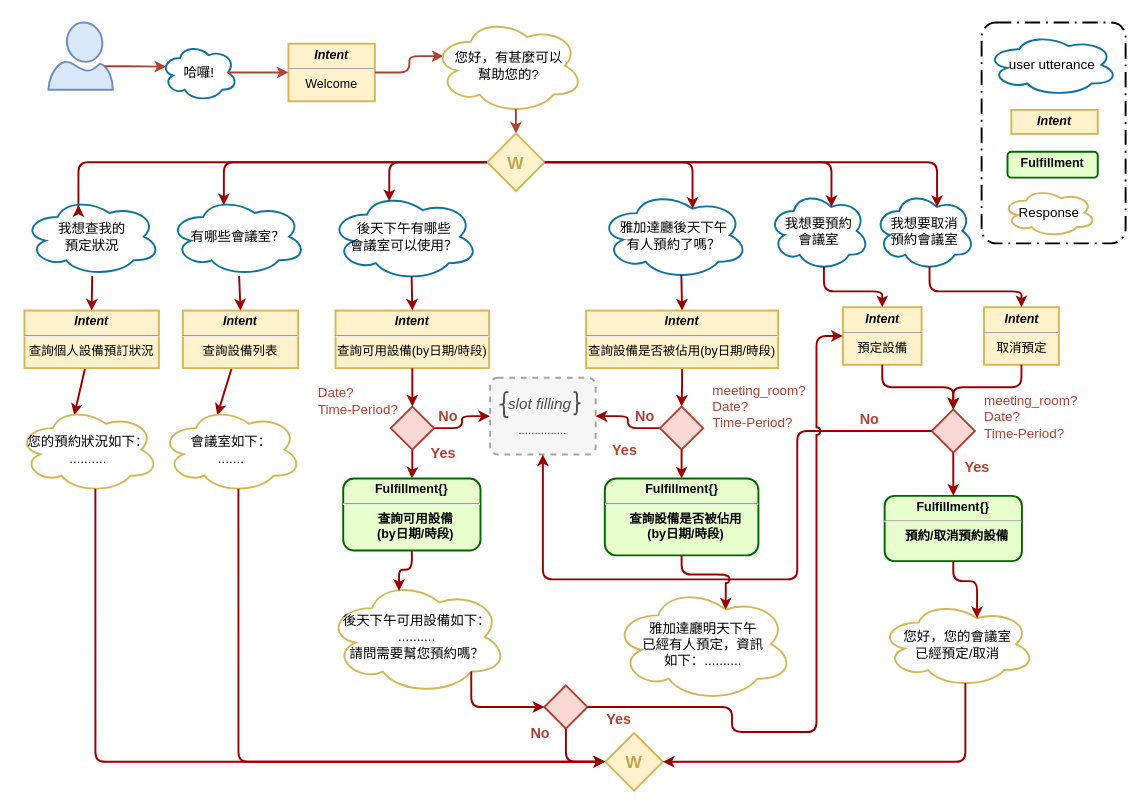
This is page "whl_family_dialogflow" (5 of 5) of resources/assets/qa_bot dialog flow.drawio from shihxuancheng/qa_bot, a draw.io file, before an edit. Source tidied: cells renumbered, new cells numbered last; positions are measured from the earlier drawing's top-left corner, leaving out a move shared by most shapes. Both pictures are drawn from the tidied source at 96%, with x=0, y=0 at pixel (17, 17).
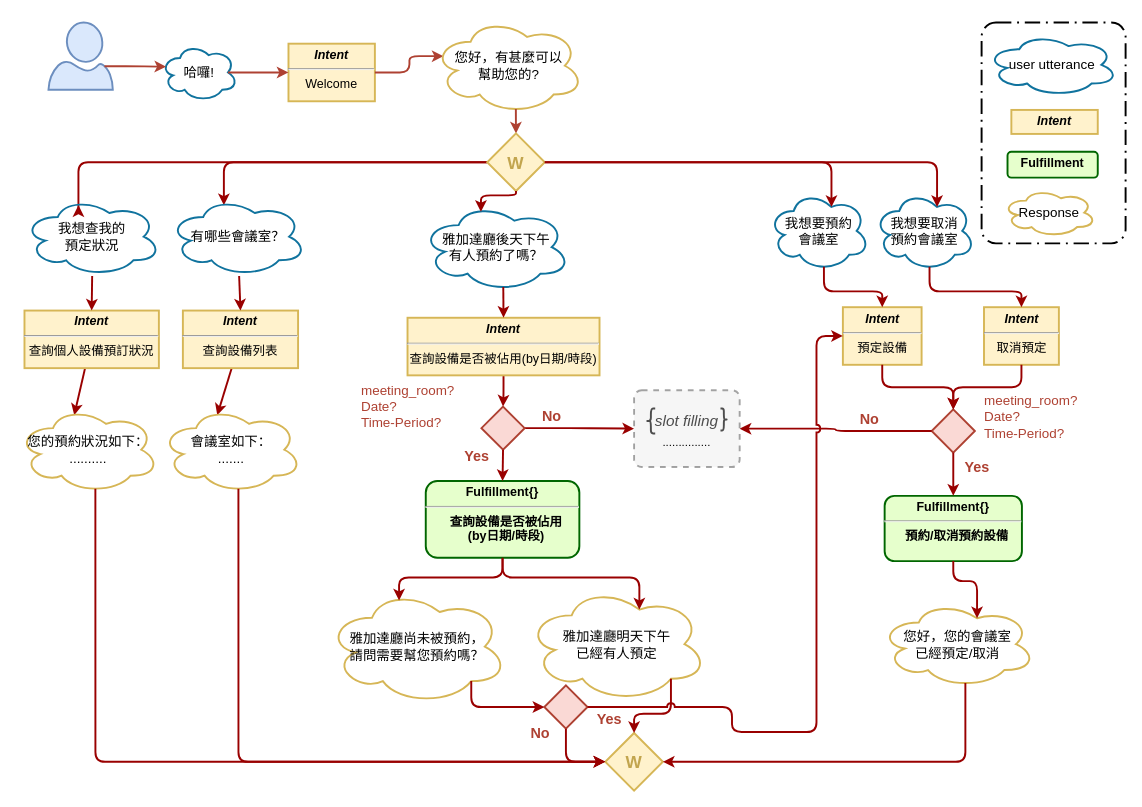
The same diagram, later.

Unchanged cells that the change refers to:
```xml
<mxCell id="10" value="&lt;p style=&quot;margin: 4px 0px 0px; font-size: 13px;&quot;&gt;&lt;b style=&quot;font-size: 13px;&quot;&gt;&lt;i style=&quot;font-size: 13px;&quot;&gt;Intent&lt;/i&gt;&lt;/b&gt;&lt;/p&gt;&lt;hr style=&quot;font-size: 13px;&quot;&gt;&lt;div style=&quot;height: 2px; font-size: 13px;&quot;&gt;預定設備&lt;/div&gt;" style="verticalAlign=top;align=center;overflow=fill;fontSize=13;fontFamily=Helvetica;html=1;fillColor=#fff2cc;strokeColor=#d6b656;strokeWidth=2;gradientColor=none;" parent="1" vertex="1">
  <mxGeometry x="859.5" y="301.5" width="82" height="60" as="geometry" />
</mxCell>
<mxCell id="27" value="&lt;p style=&quot;line-height: 100%; font-size: 18px;&quot;&gt;W&lt;/p&gt;" style="strokeWidth=2;html=1;shape=mxgraph.flowchart.decision;whiteSpace=wrap;shadow=0;fillColor=#fff2cc;fontSize=18;labelBorderColor=none;strokeColor=#d6b656;spacing=0;fontStyle=1;fontColor=#C2A54E;" parent="1" vertex="1">
  <mxGeometry x="489" y="120.5" width="60" height="60" as="geometry" />
</mxCell>
<mxCell id="65" value="&lt;p style=&quot;line-height: 100%; font-size: 18px;&quot;&gt;W&lt;/p&gt;" style="strokeWidth=2;html=1;shape=mxgraph.flowchart.decision;whiteSpace=wrap;shadow=0;fillColor=#fff2cc;fontSize=18;labelBorderColor=none;strokeColor=#d6b656;spacing=0;fontStyle=1;fontColor=#C2A54E;" parent="1" vertex="1">
  <mxGeometry x="612" y="745" width="60" height="60" as="geometry" />
</mxCell>
<mxCell id="71" value="&lt;p style=&quot;line-height: 100%&quot;&gt;&lt;br&gt;&lt;/p&gt;" style="strokeWidth=2;html=1;shape=mxgraph.flowchart.decision;whiteSpace=wrap;shadow=0;fillColor=#fad9d5;fontSize=13;labelBorderColor=none;strokeColor=#ae4132;spacing=0;" parent="1" vertex="1">
  <mxGeometry x="952" y="408" width="45" height="45" as="geometry" />
</mxCell>
<mxCell id="80" value="&lt;p style=&quot;line-height: 100%&quot;&gt;&lt;br&gt;&lt;/p&gt;" style="strokeWidth=2;html=1;shape=mxgraph.flowchart.decision;whiteSpace=wrap;shadow=0;fillColor=#fad9d5;fontSize=13;labelBorderColor=none;strokeColor=#ae4132;spacing=0;" parent="1" vertex="1">
  <mxGeometry x="548.5" y="695.5" width="45" height="45" as="geometry" />
</mxCell>
```

What changed in the source:
```diff
@@
-    <mxCell id="2" value="&#10;&#10;..............." style="rounded=1;arcSize=10;dashed=1;strokeColor=#000000;fillColor=#E6E6E6;gradientColor=none;strokeWidth=2;glass=0;opacity=35;" parent="1" vertex="1">
-      <mxGeometry x="492" y="375" width="110" height="80" as="geometry" />
-    </mxCell>
@@
-    <mxCell id="7" value="&lt;p style=&quot;margin: 4px 0px 0px; font-size: 13px;&quot;&gt;&lt;b style=&quot;font-size: 13px;&quot;&gt;&lt;i style=&quot;font-size: 13px;&quot;&gt;Intent&lt;/i&gt;&lt;/b&gt;&lt;/p&gt;&lt;hr style=&quot;font-size: 13px;&quot;&gt;&lt;div style=&quot;height: 2px; font-size: 13px;&quot;&gt;查詢可用設備(by日期/時段)&lt;/div&gt;" style="verticalAlign=top;align=center;overflow=fill;fontSize=13;fontFamily=Helvetica;html=1;fillColor=#fff2cc;strokeColor=#d6b656;strokeWidth=2;gradientColor=none;" parent="1" vertex="1">
-      <mxGeometry x="331" y="305" width="160" height="60" as="geometry" />
-    </mxCell>
-    <mxCell id="8" style="edgeStyle=orthogonalEdgeStyle;rounded=1;jettySize=auto;html=1;fontSize=13;fontColor=#000000;strokeColor=#990000;strokeWidth=2;" parent="1" edge="1" source="9" target="47">
+    <mxCell id="8" style="edgeStyle=orthogonalEdgeStyle;rounded=1;jettySize=auto;html=1;fontSize=13;fontColor=#000000;strokeColor=#990000;strokeWidth=2;exitX=0.5;exitY=1;exitDx=0;exitDy=0;" parent="1" edge="1" source="9" target="47">
       <mxGeometry relative="1" as="geometry" />
     </mxCell>
     <mxCell id="9" value="&lt;p style=&quot;margin: 4px 0px 0px; font-size: 13px;&quot;&gt;&lt;b style=&quot;font-size: 13px;&quot;&gt;&lt;i style=&quot;font-size: 13px;&quot;&gt;Intent&lt;/i&gt;&lt;/b&gt;&lt;/p&gt;&lt;hr style=&quot;font-size: 13px;&quot;&gt;&lt;div style=&quot;height: 2px; font-size: 13px;&quot;&gt;查詢設備是否被佔用(by日期/時段)&lt;/div&gt;" style="verticalAlign=top;align=center;overflow=fill;fontSize=13;fontFamily=Helvetica;html=1;fillColor=#fff2cc;strokeColor=#d6b656;strokeWidth=2;gradientColor=none;" parent="1" vertex="1">
-      <mxGeometry x="592" y="305" width="200" height="60" as="geometry" />
+      <mxGeometry x="406" y="312.5" width="200" height="60" as="geometry" />
     </mxCell>
@@
-    <mxCell id="32" value="後天下午有哪些&lt;br&gt;會議室可以使用？" style="ellipse;shape=cloud;whiteSpace=wrap;html=1;rounded=0;shadow=0;glass=0;comic=0;strokeColor=#10739e;strokeWidth=2;fillColor=none;fontSize=14;" parent="1" vertex="1">
-      <mxGeometry x="325" y="182" width="155" height="92" as="geometry" />
-    </mxCell>
     <mxCell id="33" value="雅加達廳後天下午&lt;br&gt;有人預約了嗎？" style="ellipse;shape=cloud;whiteSpace=wrap;html=1;rounded=0;shadow=0;glass=0;comic=0;strokeColor=#10739e;strokeWidth=2;fillColor=none;fontSize=14;" parent="1" vertex="1">
-      <mxGeometry x="606" y="180.5" width="155" height="92" as="geometry" />
+      <mxGeometry x="420.5" y="193" width="155" height="92" as="geometry" />
     </mxCell>
@@
-    <mxCell id="36" style="edgeStyle=orthogonalEdgeStyle;rounded=1;jettySize=auto;html=1;fontSize=13;strokeColor=#990000;strokeWidth=2;entryX=0.5;entryY=0;entryDx=0;entryDy=0;exitX=0.55;exitY=0.95;exitDx=0;exitDy=0;exitPerimeter=0;" parent="1" edge="1" source="32" target="7">
-      <mxGeometry relative="1" as="geometry" />
-    </mxCell>
-    <mxCell id="37" style="edgeStyle=orthogonalEdgeStyle;rounded=1;jettySize=auto;html=1;fontSize=13;strokeColor=#990000;strokeWidth=2;entryX=0;entryY=0.5;entryDx=0;entryDy=0;" parent="1" edge="1" source="39" target="2">
-      <mxGeometry relative="1" as="geometry" />
-    </mxCell>
-    <mxCell id="38" style="edgeStyle=orthogonalEdgeStyle;rounded=1;jettySize=auto;html=1;fontSize=13;strokeColor=#990000;strokeWidth=2;entryX=0.5;entryY=0;entryDx=0;entryDy=0;" parent="1" edge="1" source="39" target="45">
-      <mxGeometry relative="1" as="geometry" />
-    </mxCell>
-    <mxCell id="39" value="&lt;p style=&quot;line-height: 100%&quot;&gt;&lt;br&gt;&lt;/p&gt;" style="strokeWidth=2;html=1;shape=mxgraph.flowchart.decision;whiteSpace=wrap;shadow=0;fillColor=#fad9d5;fontSize=13;labelBorderColor=none;strokeColor=#ae4132;spacing=0;" parent="1" vertex="1">
-      <mxGeometry x="388.5" y="405" width="45" height="45" as="geometry" />
-    </mxCell>
-    <mxCell id="40" style="edgeStyle=orthogonalEdgeStyle;rounded=1;jettySize=auto;html=1;fontSize=13;strokeColor=#990000;strokeWidth=2;exitX=0.5;exitY=1;exitDx=0;exitDy=0;entryX=0.5;entryY=0;entryDx=0;entryDy=0;entryPerimeter=0;" parent="1" edge="1" source="7" target="39">
-      <mxGeometry relative="1" as="geometry" />
-    </mxCell>
-    <mxCell id="41" value="&lt;span&gt;&lt;font style=&quot;font-size: 14px&quot;&gt;&amp;nbsp;&lt;br&gt;Date?&lt;br&gt;Time-Period?&lt;br&gt;&lt;/font&gt;&lt;/span&gt;" style="text;html=1;align=left;verticalAlign=middle;fillColor=none;strokeColor=none;rounded=0;shadow=0;fontSize=13;fontStyle=0;fontColor=#AE4132;" parent="1" vertex="1">
-      <mxGeometry x="311" y="360.5" width="100" height="60" as="geometry" />
-    </mxCell>
-    <mxCell id="42" style="edgeStyle=orthogonalEdgeStyle;rounded=1;jettySize=auto;html=1;fontSize=13;strokeColor=#990000;strokeWidth=2;entryX=0.4;entryY=0.1;entryDx=0;entryDy=0;entryPerimeter=0;exitX=0;exitY=0.5;exitDx=0;exitDy=0;exitPerimeter=0;" parent="1" edge="1" source="27" target="32">
-      <mxGeometry relative="1" as="geometry" />
-    </mxCell>
-    <mxCell id="43" value="後天下午可用設備如下：&lt;br&gt;..........&lt;br&gt;請問需要幫您預約嗎？&lt;br&gt;" style="ellipse;shape=cloud;whiteSpace=wrap;html=1;rounded=0;shadow=0;glass=0;comic=0;strokeColor=#D6B656;strokeWidth=2;fillColor=none;fontSize=14;" parent="1" vertex="1">
-      <mxGeometry x="322" y="585" width="188" height="120" as="geometry" />
+    <mxCell id="43" value="雅加達廳尚未被預約，&lt;br&gt;請問需要幫您預約嗎？" style="ellipse;shape=cloud;whiteSpace=wrap;html=1;rounded=0;shadow=0;glass=0;comic=0;strokeColor=#D6B656;strokeWidth=2;fillColor=none;fontSize=14;" parent="1" vertex="1">
+      <mxGeometry x="322" y="595" width="188" height="120" as="geometry" />
     </mxCell>
-    <mxCell id="44" style="edgeStyle=orthogonalEdgeStyle;rounded=1;jettySize=auto;html=1;fontSize=13;strokeColor=#990000;strokeWidth=2;entryX=0.4;entryY=0.1;entryDx=0;entryDy=0;entryPerimeter=0;" parent="1" edge="1" source="45" target="43">
-      <mxGeometry relative="1" as="geometry" />
+    <mxCell id="44" style="edgeStyle=orthogonalEdgeStyle;rounded=1;jettySize=auto;html=1;fontSize=13;strokeColor=#990000;strokeWidth=2;entryX=0.4;entryY=0.1;entryDx=0;entryDy=0;entryPerimeter=0;exitX=0.5;exitY=1;exitDx=0;exitDy=0;" parent="1" edge="1" source="54" target="43">
+      <mxGeometry relative="1" as="geometry">
+        <Array as="points">
+          <mxPoint x="505" y="583" />
+          <mxPoint x="397" y="583" />
+        </Array>
+      </mxGeometry>
     </mxCell>
-    <mxCell id="45" value="&lt;p style=&quot;margin: 4px 0px 0px ; font-size: 13px&quot;&gt;&lt;strong style=&quot;font-size: 13px&quot;&gt;Fulfillment{}&lt;/strong&gt;&lt;/p&gt;&lt;hr style=&quot;font-size: 13px&quot;&gt;&lt;p style=&quot;margin: 0px 0px 0px 8px ; font-size: 13px&quot;&gt;查詢可用設備&lt;/p&gt;&lt;p style=&quot;margin: 0px 0px 0px 8px ; font-size: 13px&quot;&gt;(by日期/時段)&lt;br&gt;&lt;/p&gt;" style="verticalAlign=middle;align=center;overflow=fill;fontSize=13;fontFamily=Helvetica;html=1;rounded=1;fontStyle=1;strokeWidth=2;fillColor=#E6FFCC;strokeColor=#006600;" parent="1" vertex="1">
-      <mxGeometry x="339" y="480" width="143" height="75" as="geometry" />
-    </mxCell>
-    <mxCell id="46" style="edgeStyle=orthogonalEdgeStyle;rounded=1;jettySize=auto;html=1;fontSize=13;fontColor=#000000;strokeColor=#990000;strokeWidth=2;entryX=1;entryY=0.5;entryDx=0;entryDy=0;" parent="1" edge="1" source="47" target="2">
+    <mxCell id="46" style="edgeStyle=orthogonalEdgeStyle;rounded=1;jettySize=auto;html=1;fontSize=13;fontColor=#000000;strokeColor=#990000;strokeWidth=2;exitX=1;exitY=0.5;exitDx=0;exitDy=0;exitPerimeter=0;entryX=0;entryY=0.5;entryDx=0;entryDy=0;" parent="1" edge="1" source="47" target="2">
       <mxGeometry relative="1" as="geometry" />
     </mxCell>
     <mxCell id="47" value="&lt;p style=&quot;line-height: 100%&quot;&gt;&lt;br&gt;&lt;/p&gt;" style="strokeWidth=2;html=1;shape=mxgraph.flowchart.decision;whiteSpace=wrap;shadow=0;fillColor=#fad9d5;fontSize=13;labelBorderColor=none;strokeColor=#ae4132;spacing=0;" parent="1" vertex="1">
-      <mxGeometry x="669" y="405" width="45" height="45" as="geometry" />
+      <mxGeometry x="483" y="405" width="45" height="45" as="geometry" />
     </mxCell>
     <mxCell id="48" value="&lt;span&gt;&lt;font style=&quot;font-size: 14px&quot;&gt;meeting_room?&amp;nbsp;&lt;br&gt;Date?&lt;br&gt;Time-Period?&lt;br&gt;&lt;/font&gt;&lt;/span&gt;" style="text;html=1;align=left;verticalAlign=middle;fillColor=none;strokeColor=none;rounded=0;shadow=0;fontSize=13;fontStyle=0;fontColor=#AE4132;" parent="1" vertex="1">
-      <mxGeometry x="722" y="375" width="120" height="60" as="geometry" />
+      <mxGeometry x="356" y="375" width="120" height="60" as="geometry" />
     </mxCell>
@@
-    <mxCell id="50" value="&lt;b&gt;&lt;font style=&quot;font-size: 15px&quot;&gt;No&lt;/font&gt;&lt;/b&gt;" style="text;html=1;align=center;verticalAlign=middle;fillColor=none;strokeColor=none;rounded=0;shadow=0;fontSize=13;fontColor=#AE4132;" parent="1" vertex="1">
-      <mxGeometry x="427.5" y="405" width="40" height="20" as="geometry" />
-    </mxCell>
-    <mxCell id="51" value="&lt;b&gt;&lt;font style=&quot;font-size: 15px&quot;&gt;Yes&lt;/font&gt;&lt;/b&gt;" style="text;html=1;align=center;verticalAlign=middle;fillColor=none;strokeColor=none;rounded=0;shadow=0;fontSize=13;fontColor=#AE4132;" parent="1" vertex="1">
-      <mxGeometry x="422.5" y="442.5" width="40" height="20" as="geometry" />
-    </mxCell>
     <mxCell id="52" value="&lt;b&gt;&lt;font style=&quot;font-size: 15px&quot;&gt;No&lt;/font&gt;&lt;/b&gt;" style="text;html=1;align=center;verticalAlign=middle;fillColor=none;strokeColor=none;rounded=0;shadow=0;fontSize=13;fontColor=#AE4132;" parent="1" vertex="1">
-      <mxGeometry x="633" y="405" width="40" height="20" as="geometry" />
+      <mxGeometry x="536" y="405" width="40" height="20" as="geometry" />
     </mxCell>
     <mxCell id="53" value="&lt;b&gt;&lt;font style=&quot;font-size: 15px&quot;&gt;Yes&lt;/font&gt;&lt;/b&gt;" style="text;html=1;align=center;verticalAlign=middle;fillColor=none;strokeColor=none;rounded=0;shadow=0;fontSize=13;fontColor=#AE4132;" parent="1" vertex="1">
-      <mxGeometry x="612" y="440" width="40" height="20" as="geometry" />
+      <mxGeometry x="458" y="446" width="40" height="20" as="geometry" />
     </mxCell>
     <mxCell id="54" value="&lt;p style=&quot;margin: 4px 0px 0px ; font-size: 13px&quot;&gt;&lt;strong style=&quot;font-size: 13px&quot;&gt;Fulfillment{}&lt;/strong&gt;&lt;/p&gt;&lt;hr style=&quot;font-size: 13px&quot;&gt;&lt;p style=&quot;margin: 0px 0px 0px 8px ; font-size: 13px&quot;&gt;查詢設備是否被佔用&lt;/p&gt;&lt;p style=&quot;margin: 0px 0px 0px 8px ; font-size: 13px&quot;&gt;(by日期/時段)&lt;br&gt;&lt;/p&gt;" style="verticalAlign=middle;align=center;overflow=fill;fontSize=13;fontFamily=Helvetica;html=1;rounded=1;fontStyle=1;strokeWidth=2;fillColor=#E6FFCC;strokeColor=#006600;" parent="1" vertex="1">
-      <mxGeometry x="611.5" y="480" width="160" height="80" as="geometry" />
+      <mxGeometry x="425" y="482.5" width="160" height="80" as="geometry" />
     </mxCell>
@@
-    <mxCell id="56" style="edgeStyle=orthogonalEdgeStyle;rounded=1;jettySize=auto;html=1;fontSize=13;strokeColor=#990000;strokeWidth=2;entryX=0.625;entryY=0.2;entryDx=0;entryDy=0;entryPerimeter=0;exitX=1;exitY=0.5;exitDx=0;exitDy=0;exitPerimeter=0;" parent="1" edge="1" source="27" target="33">
+    <mxCell id="56" style="edgeStyle=orthogonalEdgeStyle;rounded=1;jettySize=auto;html=1;fontSize=13;strokeColor=#990000;strokeWidth=2;entryX=0.4;entryY=0.1;entryDx=0;entryDy=0;entryPerimeter=0;exitX=0.5;exitY=1;exitDx=0;exitDy=0;exitPerimeter=0;" parent="1" edge="1" source="27" target="33">
       <mxGeometry relative="1" as="geometry">
         <Array as="points">
-          <mxPoint x="703" y="151" />
+          <mxPoint x="519" y="185" />
+          <mxPoint x="483" y="185" />
         </Array>
       </mxGeometry>
     </mxCell>
-    <mxCell id="57" style="group;" parent="1" vertex="1">
-      <mxGeometry x="502" y="390" width="84" height="26" as="geometry" />
-    </mxCell>
-    <mxCell id="58" style="shape=curlyBracket;whiteSpace=wrap;html=1;rounded=1;shadow=0;glass=0;comic=0;strokeColor=#4D4D4D;strokeWidth=2;fillColor=none;fontSize=14;align=right;" parent="57" vertex="1">
-      <mxGeometry width="9" height="26" as="geometry" />
-    </mxCell>
-    <mxCell id="59" style="shape=curlyBracket;whiteSpace=wrap;html=1;rounded=1;shadow=0;glass=0;comic=0;strokeColor=#4D4D4D;strokeWidth=2;fillColor=none;fontSize=14;align=right;rotation=180;" parent="57" vertex="1">
-      <mxGeometry x="77" width="7" height="23" as="geometry" />
-    </mxCell>
-    <mxCell id="60" value="slot filling" style="text;align=center;verticalAlign=middle;fillColor=none;strokeColor=none;rounded=0;shadow=0;comic=0;fontSize=16;fontColor=#4D4D4D;fontStyle=2;" parent="57" vertex="1">
-      <mxGeometry x="7" y="1.5" width="70" height="20" as="geometry" />
-    </mxCell>
@@
-    <mxCell id="72" style="edgeStyle=orthogonalEdgeStyle;rounded=1;jettySize=auto;html=1;fontSize=13;fontColor=#000000;strokeColor=#990000;strokeWidth=2;exitX=0;exitY=0.5;exitDx=0;exitDy=0;exitPerimeter=0;entryX=0.5;entryY=1;entryDx=0;entryDy=0;" parent="1" edge="1" source="71" target="2">
-      <mxGeometry relative="1" as="geometry">
-        <Array as="points">
-          <mxPoint x="812" y="431" />
-          <mxPoint x="812" y="585" />
-          <mxPoint x="547" y="585" />
-        </Array>
-      </mxGeometry>
-    </mxCell>
@@
     <mxCell id="82" value="&lt;b&gt;&lt;font style=&quot;font-size: 15px&quot;&gt;Yes&lt;/font&gt;&lt;/b&gt;" style="text;html=1;align=center;verticalAlign=middle;fillColor=none;strokeColor=none;rounded=0;shadow=0;fontSize=13;fontColor=#AE4132;" parent="1" vertex="1">
-      <mxGeometry x="606" y="719.5" width="40" height="20" as="geometry" />
+      <mxGeometry x="596" y="719.5" width="40" height="20" as="geometry" />
     </mxCell>
-    <mxCell id="83" value="雅加達廳明天下午&lt;br&gt;已經有人預定，資訊&lt;br&gt;如下：.........." style="ellipse;shape=cloud;whiteSpace=wrap;html=1;rounded=0;shadow=0;glass=0;comic=0;strokeColor=#D6B656;strokeWidth=2;fillColor=none;fontSize=14;" parent="1" vertex="1">
-      <mxGeometry x="620" y="592.5" width="188" height="120" as="geometry" />
+    <mxCell id="83" value="雅加達廳明天下午&lt;br&gt;已經有人預定" style="ellipse;shape=cloud;whiteSpace=wrap;html=1;rounded=0;shadow=0;glass=0;comic=0;strokeColor=#D6B656;strokeWidth=2;fillColor=none;fontSize=14;" parent="1" vertex="1">
+      <mxGeometry x="530" y="592.5" width="188" height="120" as="geometry" />
     </mxCell>
     <mxCell id="84" style="edgeStyle=orthogonalEdgeStyle;rounded=1;jettySize=auto;html=1;fontSize=13;strokeColor=#990000;strokeWidth=2;entryX=0.625;entryY=0.2;entryDx=0;entryDy=0;entryPerimeter=0;exitX=0.5;exitY=1;exitDx=0;exitDy=0;jumpStyle=arc;" parent="1" edge="1" source="54" target="83">
-      <mxGeometry relative="1" as="geometry" />
+      <mxGeometry relative="1" as="geometry">
+        <Array as="points">
+          <mxPoint x="505" y="583" />
+          <mxPoint x="648" y="583" />
+        </Array>
+      </mxGeometry>
     </mxCell>
@@
-    <mxCell id="86" style="edgeStyle=orthogonalEdgeStyle;rounded=1;jettySize=auto;html=1;fontSize=13;strokeColor=#990000;strokeWidth=2;entryX=0;entryY=0.5;entryDx=0;entryDy=0;exitX=1;exitY=0.5;exitDx=0;exitDy=0;exitPerimeter=0;jumpStyle=arc;" parent="1" edge="1" source="80" target="10">
-      <mxGeometry relative="1" as="geometry">
-        <Array as="points">
-          <mxPoint x="744" y="718" />
-          <mxPoint x="744" y="744" />
-          <mxPoint x="832" y="744" />
-          <mxPoint x="832" y="332" />
-        </Array>
-      </mxGeometry>
-    </mxCell>
@@
+    <mxCell id="90" style="group;" parent="1" vertex="1">
+      <mxGeometry x="642" y="388" width="110" height="80" as="geometry" />
+    </mxCell>
+    <mxCell id="2" value="&#10;&#10;..............." style="rounded=1;arcSize=10;dashed=1;strokeColor=#000000;fillColor=#E6E6E6;gradientColor=none;strokeWidth=2;glass=0;opacity=35;" parent="90" vertex="1">
+      <mxGeometry width="110" height="80" as="geometry" />
+    </mxCell>
+    <mxCell id="57" style="group;" parent="90" vertex="1">
+      <mxGeometry x="13" y="19" width="84" height="26" as="geometry" />
+    </mxCell>
+    <mxCell id="58" style="shape=curlyBracket;whiteSpace=wrap;html=1;rounded=1;shadow=0;glass=0;comic=0;strokeColor=#4D4D4D;strokeWidth=2;fillColor=none;fontSize=14;align=right;" parent="57" vertex="1">
+      <mxGeometry width="9" height="26" as="geometry" />
+    </mxCell>
+    <mxCell id="59" style="shape=curlyBracket;whiteSpace=wrap;html=1;rounded=1;shadow=0;glass=0;comic=0;strokeColor=#4D4D4D;strokeWidth=2;fillColor=none;fontSize=14;align=right;rotation=180;" parent="57" vertex="1">
+      <mxGeometry x="77" width="7" height="23" as="geometry" />
+    </mxCell>
+    <mxCell id="60" value="slot filling" style="text;align=center;verticalAlign=middle;fillColor=none;strokeColor=none;rounded=0;shadow=0;comic=0;fontSize=16;fontColor=#4D4D4D;fontStyle=2;" parent="57" vertex="1">
+      <mxGeometry x="7" y="1.5" width="70" height="20" as="geometry" />
+    </mxCell>
+    <mxCell id="72" style="edgeStyle=orthogonalEdgeStyle;rounded=1;jettySize=auto;html=1;fontSize=13;fontColor=#000000;strokeColor=#990000;strokeWidth=2;exitX=0;exitY=0.5;exitDx=0;exitDy=0;exitPerimeter=0;entryX=1;entryY=0.5;entryDx=0;entryDy=0;jumpStyle=arc;" parent="1" edge="1" source="71" target="2">
+      <mxGeometry relative="1" as="geometry" />
+    </mxCell>
+    <mxCell id="91" style="edgeStyle=orthogonalEdgeStyle;rounded=1;jettySize=auto;html=1;fontSize=13;fontColor=#000000;strokeColor=#990000;strokeWidth=2;exitX=0.8;exitY=0.8;exitDx=0;exitDy=0;exitPerimeter=0;entryX=0.5;entryY=0;entryDx=0;entryDy=0;entryPerimeter=0;" parent="1" edge="1" source="83" target="65">
+      <mxGeometry relative="1" as="geometry">
+        <Array as="points">
+          <mxPoint x="680" y="725" />
+          <mxPoint x="642" y="725" />
+        </Array>
+      </mxGeometry>
+    </mxCell>
+    <mxCell id="86" style="edgeStyle=orthogonalEdgeStyle;rounded=1;jettySize=auto;html=1;fontSize=13;strokeColor=#990000;strokeWidth=2;entryX=0;entryY=0.5;entryDx=0;entryDy=0;exitX=1;exitY=0.5;exitDx=0;exitDy=0;exitPerimeter=0;jumpStyle=arc;" parent="1" edge="1" source="80" target="10">
+      <mxGeometry relative="1" as="geometry">
+        <Array as="points">
+          <mxPoint x="744" y="718" />
+          <mxPoint x="744" y="744" />
+          <mxPoint x="832" y="744" />
+          <mxPoint x="832" y="332" />
+        </Array>
+      </mxGeometry>
+    </mxCell>
```
